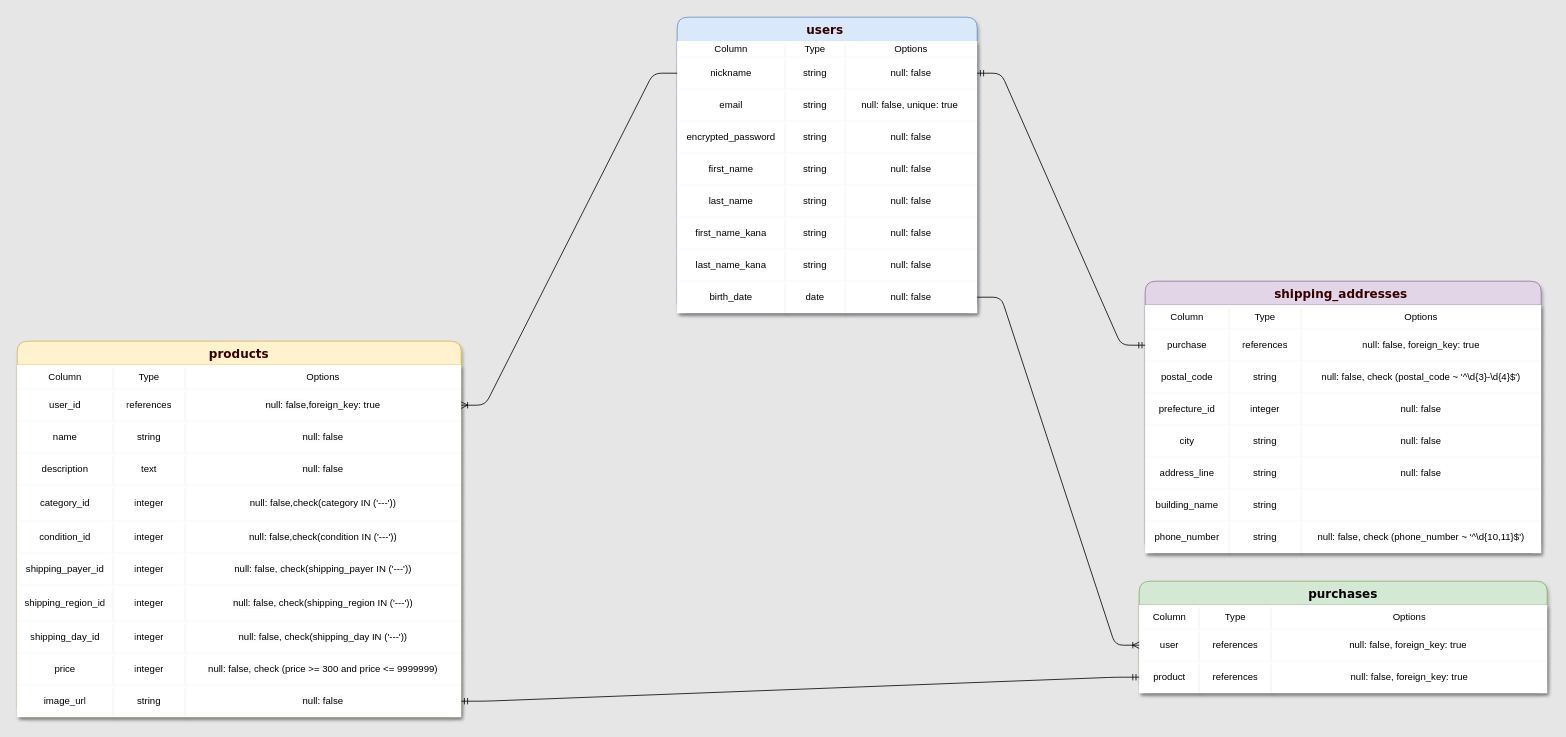
Above: furima-db.dio in Hirocky23/furima-40403 (draw.io), before the change. Source tidied: cells renumbered, new cells numbered last; positions are measured from the earlier drawing's top-left corner, leaving out a move shared by most shapes. Both pictures are drawn from the tidied source at 80%, with x=0, y=0 at pixel (17, 17).
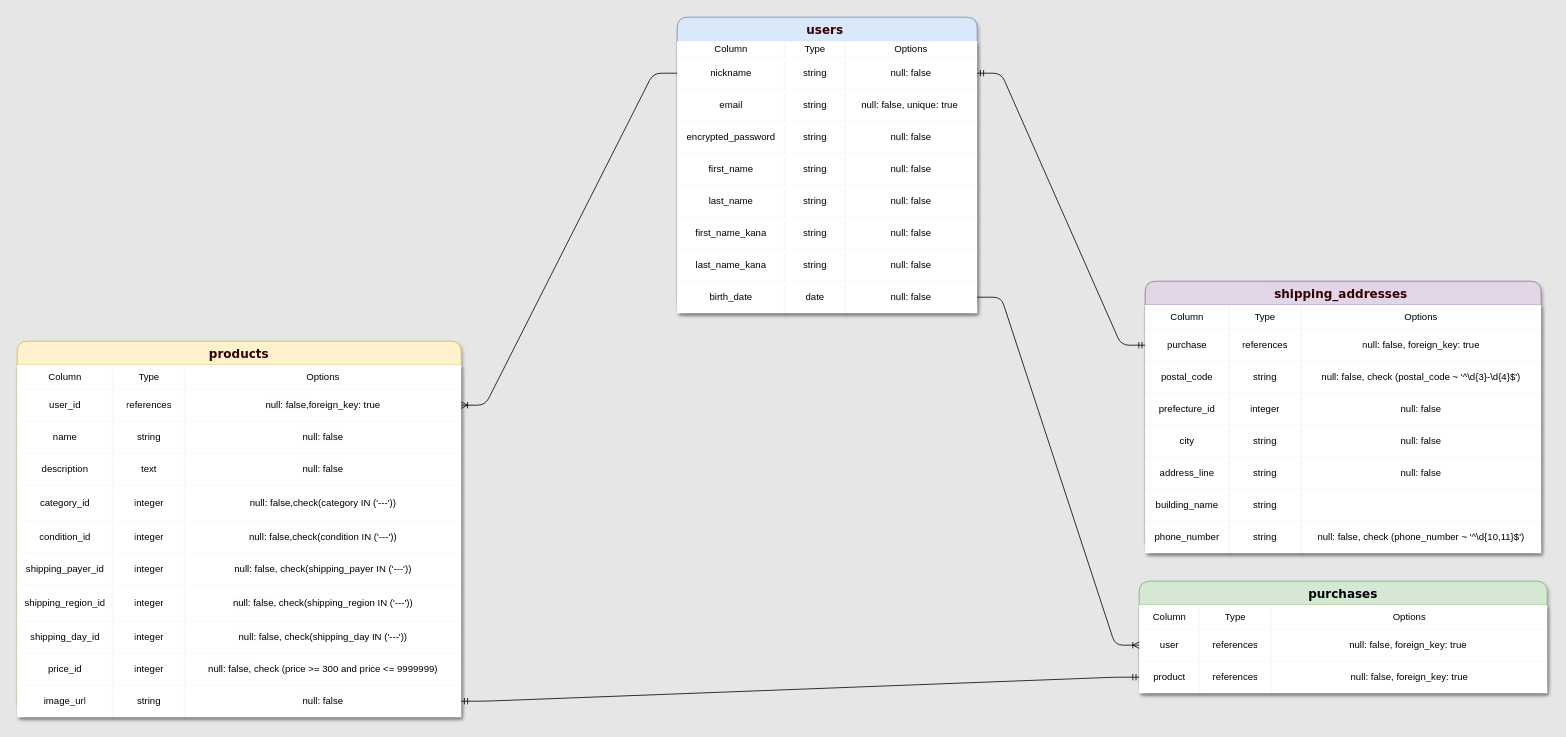
Above is the later version.

The change refers to these unchanged cells:
```xml
<mxCell id="76" style="shape=tableRow;horizontal=0;startSize=0;swimlaneHead=0;swimlaneBody=0;top=0;left=0;bottom=0;right=0;fillColor=default;rounded=1;shadow=1;labelBackgroundColor=default;sketch=0;strokeColor=default;strokeWidth=1;fontFamily=Helvetica;fontSize=12;fontColor=#000000;" parent="39" vertex="1">
  <mxGeometry y="390" width="555" height="40" as="geometry" />
</mxCell>
```

Diff of the diagram source:
```diff
@@
-    <mxCell id="77" value="price" style="shape=partialRectangle;html=1;whiteSpace=wrap;overflow=hidden;fillColor=default;top=0;left=0;bottom=0;right=0;rounded=1;shadow=1;labelBackgroundColor=default;sketch=0;strokeColor=default;strokeWidth=1;fontFamily=Helvetica;fontSize=12;fontColor=#000000;" parent="76" vertex="1">
+    <mxCell id="77" value="price_id" style="shape=partialRectangle;html=1;whiteSpace=wrap;overflow=hidden;fillColor=default;top=0;left=0;bottom=0;right=0;rounded=1;shadow=1;labelBackgroundColor=default;sketch=0;strokeColor=default;strokeWidth=1;fontFamily=Helvetica;fontSize=12;fontColor=#000000;" parent="76" vertex="1">
       <mxGeometry width="120" height="40" as="geometry" />
     </mxCell>
```
